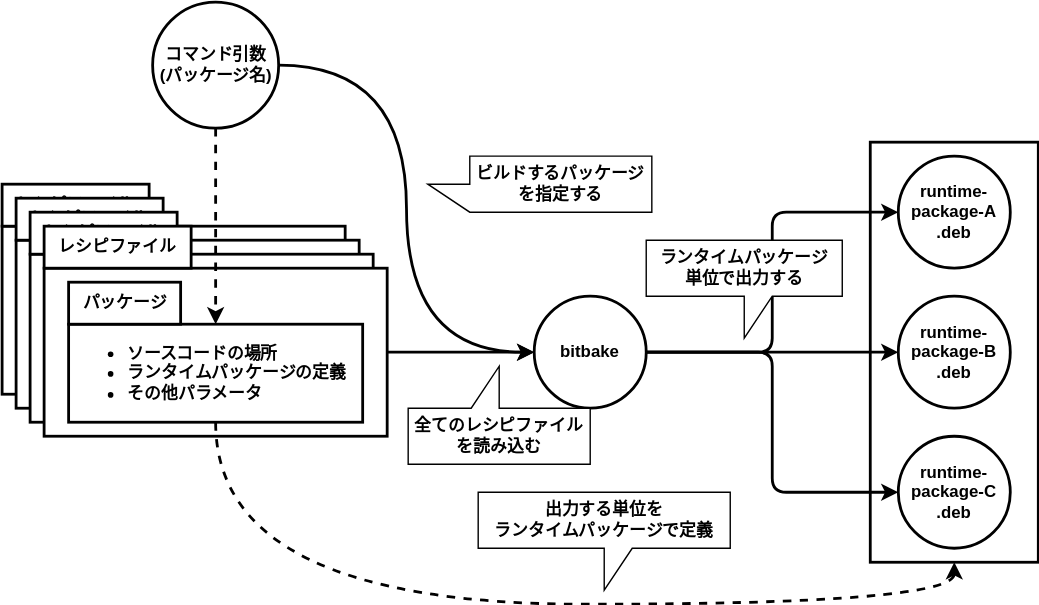
This is manual/docs/images/recipe-package-bitbake.drawio.svg from AngryMane/yocto-learning, a draw.io export, as it was before one commit. Source tidied: cells renumbered, new cells last; positions are measured from the earlier drawing's top-left corner, leaving out a move shared by most shapes.
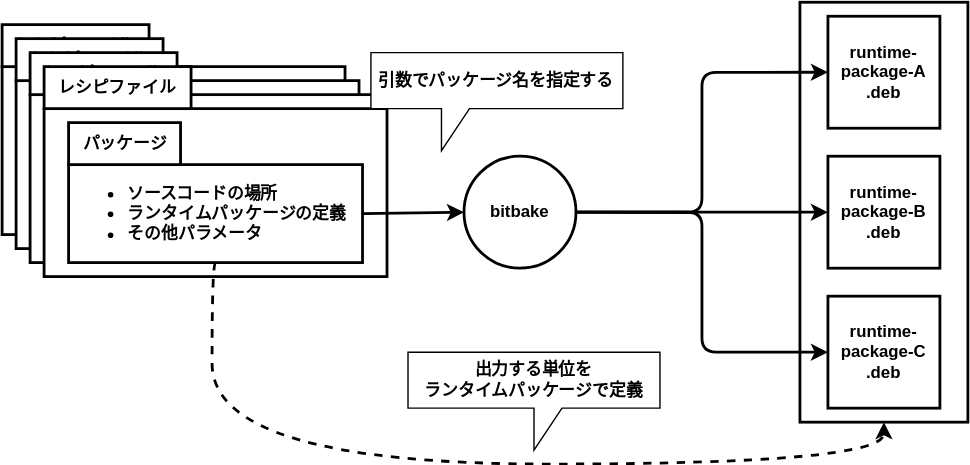
Later version of the same file.

The edit, as a diff of the source:
```diff
@@ -3,7 +3,7 @@
     <mxCell id="0" />
     <mxCell id="1" parent="0" />
     <mxCell id="2" style="group;" parent="1" vertex="1">
-      <mxGeometry y="130" width="245" height="150" as="geometry" />
+      <mxGeometry x="50" y="116" width="245" height="150" as="geometry" />
     </mxCell>
     <mxCell id="3" style="rounded=0;whiteSpace=wrap;html=1;strokeWidth=2;" parent="2" vertex="1">
       <mxGeometry y="30" width="245" height="120" as="geometry" />
@@ -12,7 +12,7 @@
       <mxGeometry width="105" height="30" as="geometry" />
     </mxCell>
     <mxCell id="5" style="group;" parent="1" vertex="1">
-      <mxGeometry x="10" y="140" width="260" height="150" as="geometry" />
+      <mxGeometry x="60" y="126" width="260" height="150" as="geometry" />
     </mxCell>
     <mxCell id="6" style="rounded=0;whiteSpace=wrap;html=1;strokeWidth=2;" parent="5" vertex="1">
       <mxGeometry y="30" width="245" height="120" as="geometry" />
@@ -21,7 +21,7 @@
       <mxGeometry width="105" height="30" as="geometry" />
     </mxCell>
     <mxCell id="8" style="group;" parent="1" vertex="1">
-      <mxGeometry x="20" y="150" width="245" height="150" as="geometry" />
+      <mxGeometry x="70" y="136" width="245" height="150" as="geometry" />
     </mxCell>
     <mxCell id="9" style="rounded=0;whiteSpace=wrap;html=1;strokeWidth=2;" parent="8" vertex="1">
       <mxGeometry y="30" width="245" height="120" as="geometry" />
@@ -30,7 +30,7 @@
       <mxGeometry width="105" height="30" as="geometry" />
     </mxCell>
     <mxCell id="11" style="group;" parent="1" vertex="1">
-      <mxGeometry x="30" y="160" width="245" height="150" as="geometry" />
+      <mxGeometry x="80" y="146" width="245" height="150" as="geometry" />
     </mxCell>
     <mxCell id="12" style="rounded=0;whiteSpace=wrap;html=1;strokeWidth=2;" parent="11" vertex="1">
       <mxGeometry y="30" width="245" height="120" as="geometry" />
@@ -47,24 +47,6 @@
     <mxCell id="16" value="bitbake" style="ellipse;whiteSpace=wrap;html=1;fontStyle=1;strokeWidth=2;" parent="1" vertex="1">
       <mxGeometry x="380" y="210" width="80" height="80" as="geometry" />
     </mxCell>
-    <mxCell id="17" style="edgeStyle=orthogonalEdgeStyle;curved=1;html=1;exitX=1;exitY=0.5;exitDx=0;exitDy=0;strokeWidth=2;" parent="1" edge="1" source="12" target="16">
-      <mxGeometry relative="1" as="geometry" />
-    </mxCell>
-    <mxCell id="18" style="edgeStyle=orthogonalEdgeStyle;curved=1;html=1;exitX=1;exitY=0.5;exitDx=0;exitDy=0;entryX=0;entryY=0.5;entryDx=0;entryDy=0;strokeWidth=2;" parent="1" edge="1" source="20" target="16">
-      <mxGeometry relative="1" as="geometry" />
-    </mxCell>
-    <mxCell id="19" style="edgeStyle=orthogonalEdgeStyle;curved=1;html=1;exitX=0.5;exitY=1;exitDx=0;exitDy=0;strokeWidth=2;dashed=1;" parent="1" edge="1" source="20" target="14">
-      <mxGeometry relative="1" as="geometry" />
-    </mxCell>
-    <mxCell id="20" value="コマンド引数&lt;br&gt;(パッケージ名)" style="ellipse;whiteSpace=wrap;html=1;fontStyle=1;strokeWidth=2;" parent="1" vertex="1">
-      <mxGeometry x="107.5" width="90" height="90" as="geometry" />
-    </mxCell>
-    <mxCell id="21" value="ビルドするパッケージを指定する" style="shape=callout;whiteSpace=wrap;html=1;perimeter=calloutPerimeter;fontStyle=1;fontSize=12;direction=south;" parent="1" vertex="1">
-      <mxGeometry x="304" y="110" width="160" height="40" as="geometry" />
-    </mxCell>
-    <mxCell id="22" value="全てのレシピファイルを読み込む" style="shape=callout;whiteSpace=wrap;html=1;perimeter=calloutPerimeter;fontStyle=1;fontSize=12;direction=west;" parent="1" vertex="1">
-      <mxGeometry x="290" y="260" width="130" height="70" as="geometry" />
-    </mxCell>
     <mxCell id="23" style="rounded=0;whiteSpace=wrap;html=1;strokeWidth=2;" parent="1" vertex="1">
       <mxGeometry x="620" y="100" width="120" height="300" as="geometry" />
     </mxCell>
@@ -77,22 +59,20 @@
     <mxCell id="26" style="edgeStyle=orthogonalEdgeStyle;html=1;entryX=0;entryY=0.5;entryDx=0;entryDy=0;strokeWidth=2;exitX=1;exitY=0.5;exitDx=0;exitDy=0;" parent="1" edge="1" source="16" target="29">
       <mxGeometry relative="1" as="geometry" />
     </mxCell>
-    <mxCell id="27" value="runtime-&lt;br&gt;package-A&lt;br&gt;.deb" style="ellipse;whiteSpace=wrap;html=1;fontStyle=1;strokeWidth=2;" parent="1" vertex="1">
+    <mxCell id="27" value="runtime-&lt;br&gt;package-A&lt;br&gt;.deb" style="whiteSpace=wrap;html=1;fontStyle=1;strokeWidth=2;rounded=0;" parent="1" vertex="1">
       <mxGeometry x="640" y="110" width="80" height="80" as="geometry" />
     </mxCell>
-    <mxCell id="28" value="runtime-&lt;br&gt;package-B&lt;br&gt;.deb" style="ellipse;whiteSpace=wrap;html=1;fontStyle=1;strokeWidth=2;" parent="1" vertex="1">
+    <mxCell id="28" value="runtime-&lt;br&gt;package-B&lt;br&gt;.deb" style="whiteSpace=wrap;html=1;fontStyle=1;strokeWidth=2;rounded=0;" parent="1" vertex="1">
       <mxGeometry x="640" y="210" width="80" height="80" as="geometry" />
     </mxCell>
-    <mxCell id="29" value="runtime-&lt;br&gt;package-C&lt;br&gt;.deb" style="ellipse;whiteSpace=wrap;html=1;fontStyle=1;strokeWidth=2;" parent="1" vertex="1">
+    <mxCell id="29" value="runtime-&lt;br&gt;package-C&lt;br&gt;.deb" style="whiteSpace=wrap;html=1;fontStyle=1;strokeWidth=2;rounded=0;" parent="1" vertex="1">
       <mxGeometry x="640" y="310" width="80" height="80" as="geometry" />
     </mxCell>
-    <mxCell id="30" value="ランタイムパッケージ&lt;br&gt;単位で出力する" style="shape=callout;whiteSpace=wrap;html=1;perimeter=calloutPerimeter;fontStyle=1;fontSize=12;" parent="1" vertex="1">
-      <mxGeometry x="460" y="170" width="140" height="70" as="geometry" />
-    </mxCell>
     <mxCell id="31" style="edgeStyle=orthogonalEdgeStyle;curved=1;html=1;exitX=0.5;exitY=1;exitDx=0;exitDy=0;entryX=0.5;entryY=1;entryDx=0;entryDy=0;strokeWidth=2;dashed=1;" parent="1" edge="1" source="14" target="23">
       <mxGeometry relative="1" as="geometry">
         <Array as="points">
-          <mxPoint x="153" y="430" />
+          <mxPoint x="200" y="286" />
+          <mxPoint x="200" y="430" />
           <mxPoint x="680" y="430" />
         </Array>
       </mxGeometry>
@@ -100,5 +80,11 @@
     <mxCell id="32" value="出力する単位を&lt;br&gt;ランタイムパッケージで定義" style="shape=callout;whiteSpace=wrap;html=1;perimeter=calloutPerimeter;fontStyle=1;fontSize=12;direction=east;" parent="1" vertex="1">
       <mxGeometry x="340" y="350" width="180" height="70" as="geometry" />
     </mxCell>
+    <mxCell id="33" style="edgeStyle=none;html=1;exitX=1;exitY=0.5;exitDx=0;exitDy=0;entryX=0;entryY=0.5;entryDx=0;entryDy=0;strokeWidth=2;" parent="1" edge="1" source="14" target="16">
+      <mxGeometry relative="1" as="geometry" />
+    </mxCell>
+    <mxCell id="34" value="引数でパッケージ名を指定する" style="shape=callout;whiteSpace=wrap;html=1;perimeter=calloutPerimeter;fontStyle=1;fontSize=12;direction=east;size=30;position=0.28;position2=0.28;" parent="1" vertex="1">
+      <mxGeometry x="313.5" y="136" width="180" height="70" as="geometry" />
+    </mxCell>
   </root>
 </mxGraphModel>
```
